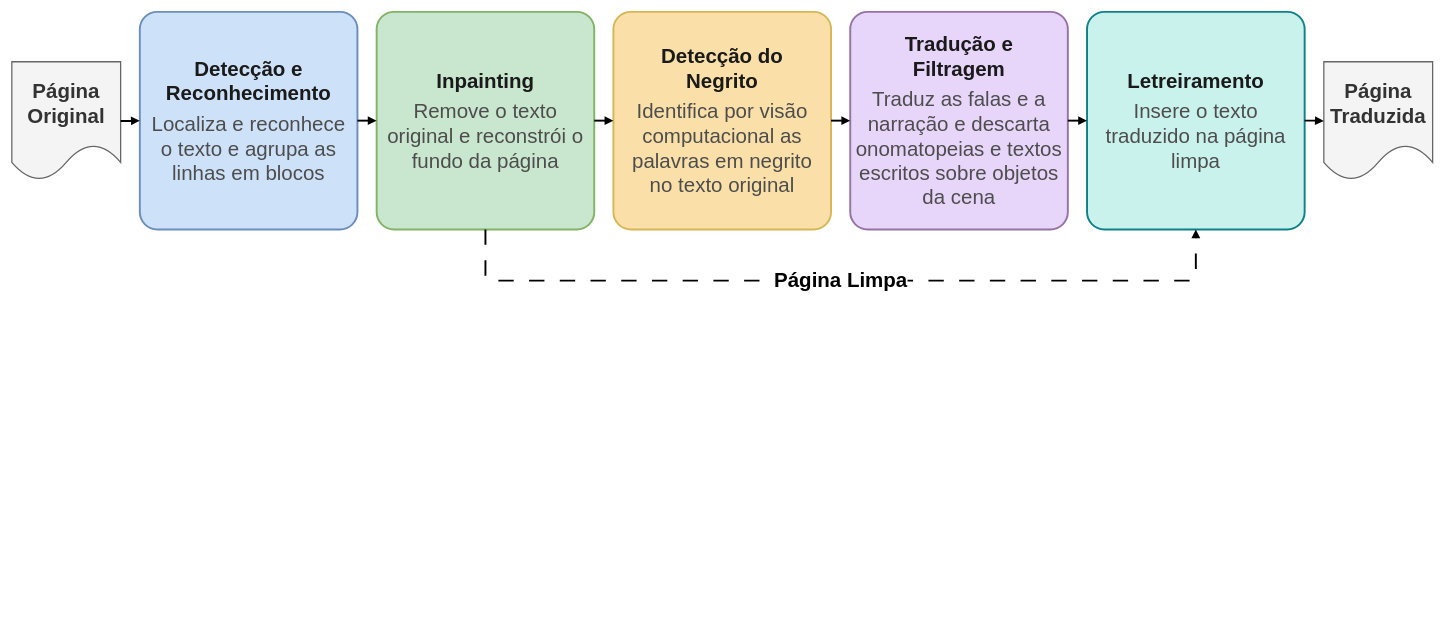
Before: figuras-tcc/pipeline.drawio in guiopen/auto-scanlator, a draw.io diagram. Source tidied: cells renumbered, new cells numbered last; positions are measured from the earlier drawing's top-left corner, leaving out a move shared by most shapes. Both pictures are drawn from the tidied source at 64%, with x=0, y=0 at pixel (12, 12).
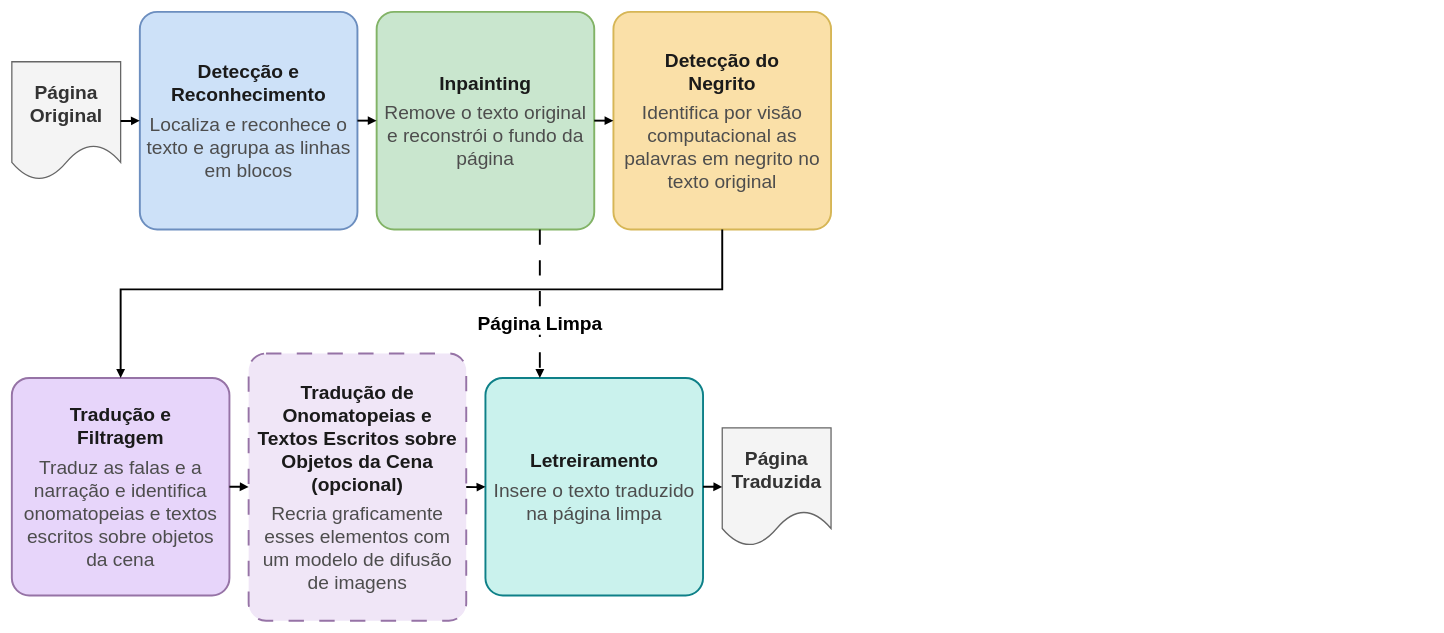
The same page after the edit.

Change to the diagram source:
```diff
@@
 <mxGraphModel>
   <root>
     <mxCell id="0" />
     <mxCell id="1" parent="0" />
-    <mxCell id="2" value="Página&lt;br&gt;Original" style="shape=document;boundedLbl=1;whiteSpace=wrap;html=1;fillColor=#f4f4f4;strokeColor=#666666;strokeWidth=2;fontSize=32;fontStyle=1;fontColor=#333333;" parent="1" vertex="1">
+    <mxCell id="2" value="Página&lt;br&gt;Original" style="shape=document;boundedLbl=1;whiteSpace=wrap;html=1;fillColor=#f4f4f4;strokeColor=#666666;strokeWidth=2;fontSize=30;fontStyle=1;fontColor=#333333;" parent="1" vertex="1">
       <mxGeometry y="78" width="170" height="185" as="geometry" />
     </mxCell>
-    <mxCell id="3" value="&lt;div&gt;&lt;b&gt;&lt;span style=&quot;font-size:32px;&quot;&gt;Detecção e&lt;br&gt;Reconhecimento&lt;/span&gt;&lt;/b&gt;&lt;/div&gt;&lt;div style=&quot;font-size:32px; color:#4d4d4d; margin-top:10px;&quot;&gt;Localiza e reconhece o texto e agrupa as linhas em blocos&lt;/div&gt;" style="rounded=1;arcSize=8;whiteSpace=wrap;html=1;fillColor=#cde1f8;strokeColor=#6C8EBF;strokeWidth=3;fontColor=#1a1a1a;spacing=10;" parent="1" vertex="1">
+    <mxCell id="3" value="&lt;div&gt;&lt;b&gt;&lt;span style=&quot;font-size:30px;&quot;&gt;Detecção e&lt;br&gt;Reconhecimento&lt;/span&gt;&lt;/b&gt;&lt;/div&gt;&lt;div style=&quot;font-size:30px; color:#4d4d4d; margin-top:10px;&quot;&gt;Localiza e reconhece o texto e agrupa as linhas em blocos&lt;/div&gt;" style="rounded=1;arcSize=8;whiteSpace=wrap;html=1;fillColor=#cde1f8;strokeColor=#6C8EBF;strokeWidth=3;fontColor=#1a1a1a;spacing=10;" parent="1" vertex="1">
       <mxGeometry x="200" width="340" height="340" as="geometry" />
     </mxCell>
-    <mxCell id="4" value="&lt;div&gt;&lt;b&gt;&lt;span style=&quot;font-size:32px;&quot;&gt;Inpainting&lt;/span&gt;&lt;/b&gt;&lt;/div&gt;&lt;div style=&quot;font-size:32px; color:#4d4d4d; margin-top:10px;&quot;&gt;Remove o texto original e reconstrói o fundo da página&lt;/div&gt;" style="rounded=1;arcSize=8;whiteSpace=wrap;html=1;fillColor=#c9e6ce;strokeColor=#82B366;strokeWidth=3;fontColor=#1a1a1a;spacing=10;" parent="1" vertex="1">
+    <mxCell id="4" value="&lt;div&gt;&lt;b&gt;&lt;span style=&quot;font-size:30px;&quot;&gt;Inpainting&lt;/span&gt;&lt;/b&gt;&lt;/div&gt;&lt;div style=&quot;font-size:30px; color:#4d4d4d; margin-top:10px;&quot;&gt;Remove o texto original e reconstrói o fundo da página&lt;/div&gt;" style="rounded=1;arcSize=8;whiteSpace=wrap;html=1;fillColor=#c9e6ce;strokeColor=#82B366;strokeWidth=3;fontColor=#1a1a1a;spacing=10;" parent="1" vertex="1">
       <mxGeometry x="570" width="340" height="340" as="geometry" />
     </mxCell>
-    <mxCell id="5" value="&lt;div&gt;&lt;b&gt;&lt;span style=&quot;font-size:32px;&quot;&gt;Detecção do&lt;br&gt;Negrito&lt;/span&gt;&lt;/b&gt;&lt;/div&gt;&lt;div style=&quot;font-size:32px; color:#4d4d4d; margin-top:10px;&quot;&gt;Identifica por visão computacional as palavras em negrito no texto original&lt;/div&gt;" style="rounded=1;arcSize=8;whiteSpace=wrap;html=1;fillColor=#fae0a8;strokeColor=#D6B656;strokeWidth=3;fontColor=#1a1a1a;spacing=10;" parent="1" vertex="1">
+    <mxCell id="5" value="&lt;div&gt;&lt;b&gt;&lt;span style=&quot;font-size:30px;&quot;&gt;Detecção do&lt;br&gt;Negrito&lt;/span&gt;&lt;/b&gt;&lt;/div&gt;&lt;div style=&quot;font-size:30px; color:#4d4d4d; margin-top:10px;&quot;&gt;Identifica por visão computacional as palavras em negrito no texto original&lt;/div&gt;" style="rounded=1;arcSize=8;whiteSpace=wrap;html=1;fillColor=#fae0a8;strokeColor=#D6B656;strokeWidth=3;fontColor=#1a1a1a;spacing=10;" parent="1" vertex="1">
       <mxGeometry x="940" width="340" height="340" as="geometry" />
     </mxCell>
-    <mxCell id="6" value="&lt;div&gt;&lt;b&gt;&lt;span style=&quot;font-size:32px;&quot;&gt;Tradução e&lt;br&gt;Filtragem&lt;/span&gt;&lt;/b&gt;&lt;/div&gt;&lt;div style=&quot;font-size:32px; color:#4d4d4d; margin-top:10px;&quot;&gt;Traduz as falas e a narração e descarta onomatopeias e textos escritos sobre objetos da cena&lt;/div&gt;" style="rounded=1;arcSize=8;whiteSpace=wrap;html=1;fillColor=#e7d5fa;strokeColor=#9673A6;strokeWidth=3;fontColor=#1a1a1a;spacing=10;" parent="1" vertex="1">
-      <mxGeometry x="1310" width="340" height="340" as="geometry" />
+    <mxCell id="6" value="&lt;div&gt;&lt;b&gt;&lt;span style=&quot;font-size:30px;&quot;&gt;Tradução e&lt;br&gt;Filtragem&lt;/span&gt;&lt;/b&gt;&lt;/div&gt;&lt;div style=&quot;font-size:30px; color:#4d4d4d; margin-top:10px;&quot;&gt;Traduz as falas e a narração e identifica onomatopeias e textos escritos sobre objetos da cena&lt;/div&gt;" style="rounded=1;arcSize=8;whiteSpace=wrap;html=1;fillColor=#e7d5fa;strokeColor=#9673A6;strokeWidth=3;fontColor=#1a1a1a;spacing=10;" parent="1" vertex="1">
+      <mxGeometry y="572" width="340" height="340" as="geometry" />
     </mxCell>
+    <mxCell id="16" value="&lt;div&gt;&lt;b&gt;&lt;font style=&quot;font-size: 30px;&quot;&gt;Tradução de Onomatopeias e Textos Escritos sobre Objetos da Cena (opcional)&lt;/font&gt;&lt;/b&gt;&lt;/div&gt;&lt;div style=&quot;font-size: 30px; color: rgb(77, 77, 77); margin-top: 10px;&quot;&gt;&lt;font style=&quot;font-size: 30px;&quot;&gt;Recria graficamente esses elementos com um modelo de difusão de imagens&lt;/font&gt;&lt;/div&gt;" style="rounded=1;arcSize=8;whiteSpace=wrap;html=1;fillColor=#f0e6f7;strokeColor=#9673A6;strokeWidth=3;fontColor=#1a1a1a;spacing=10;dashed=1;dashPattern=8 8;" parent="1" vertex="1">
+      <mxGeometry x="370" y="533.8" width="340" height="417.5" as="geometry" />
+    </mxCell>
-    <mxCell id="7" value="&lt;div&gt;&lt;b&gt;&lt;span style=&quot;font-size:32px;&quot;&gt;Letreiramento&lt;/span&gt;&lt;/b&gt;&lt;/div&gt;&lt;div style=&quot;font-size:32px; color:#4d4d4d; margin-top:10px;&quot;&gt;Insere o texto traduzido na página limpa&lt;/div&gt;" style="rounded=1;arcSize=8;whiteSpace=wrap;html=1;fillColor=#caf2ed;strokeColor=#0E8088;strokeWidth=3;fontColor=#1a1a1a;spacing=10;" parent="1" vertex="1">
-      <mxGeometry x="1680" width="340" height="340" as="geometry" />
+    <mxCell id="7" value="&lt;div&gt;&lt;b&gt;&lt;span style=&quot;font-size:30px;&quot;&gt;Letreiramento&lt;/span&gt;&lt;/b&gt;&lt;/div&gt;&lt;div style=&quot;font-size:30px; color:#4d4d4d; margin-top:10px;&quot;&gt;Insere o texto traduzido na página limpa&lt;/div&gt;" style="rounded=1;arcSize=8;whiteSpace=wrap;html=1;fillColor=#caf2ed;strokeColor=#0E8088;strokeWidth=3;fontColor=#1a1a1a;spacing=10;" parent="1" vertex="1">
+      <mxGeometry x="740" y="572" width="340" height="340" as="geometry" />
     </mxCell>
-    <mxCell id="8" value="Página&lt;br&gt;Traduzida" style="shape=document;boundedLbl=1;whiteSpace=wrap;html=1;fillColor=#f4f4f4;strokeColor=#666666;strokeWidth=2;fontSize=32;fontStyle=1;fontColor=#333333;" parent="1" vertex="1">
-      <mxGeometry x="2050" y="78" width="170" height="185" as="geometry" />
+    <mxCell id="8" value="Página&lt;br&gt;Traduzida" style="shape=document;boundedLbl=1;whiteSpace=wrap;html=1;fillColor=#f4f4f4;strokeColor=#666666;strokeWidth=2;fontSize=30;fontStyle=1;fontColor=#333333;" parent="1" vertex="1">
+      <mxGeometry x="1110" y="650" width="170" height="185" as="geometry" />
     </mxCell>
-    <mxCell id="9" style="edgeStyle=orthogonalEdgeStyle;rounded=0;html=1;endArrow=block;endFill=1;strokeWidth=3;strokeColor=#000000;" parent="1" edge="1" source="2" target="3">
+    <mxCell id="9" style="edgeStyle=orthogonalEdgeStyle;rounded=0;html=1;endArrow=block;endFill=1;strokeWidth=3;strokeColor=#000000;labelBackgroundColor=default;defaultLabelBackgroundColor=page;" parent="1" edge="1" source="2" target="3">
       <mxGeometry relative="1" as="geometry" />
     </mxCell>
-    <mxCell id="10" style="edgeStyle=orthogonalEdgeStyle;rounded=0;html=1;endArrow=block;endFill=1;strokeWidth=3;strokeColor=#000000;" parent="1" edge="1" source="3" target="4">
+    <mxCell id="10" style="edgeStyle=orthogonalEdgeStyle;rounded=0;html=1;endArrow=block;endFill=1;strokeWidth=3;strokeColor=#000000;labelBackgroundColor=default;defaultLabelBackgroundColor=page;" parent="1" edge="1" source="3" target="4">
       <mxGeometry relative="1" as="geometry" />
     </mxCell>
-    <mxCell id="11" style="edgeStyle=orthogonalEdgeStyle;rounded=0;html=1;endArrow=block;endFill=1;strokeWidth=3;strokeColor=#000000;" parent="1" edge="1" source="4" target="5">
+    <mxCell id="11" style="edgeStyle=orthogonalEdgeStyle;rounded=0;html=1;endArrow=block;endFill=1;strokeWidth=3;strokeColor=#000000;labelBackgroundColor=default;defaultLabelBackgroundColor=page;" parent="1" edge="1" source="4" target="5">
       <mxGeometry relative="1" as="geometry" />
     </mxCell>
+    <mxCell id="17" style="edgeStyle=orthogonalEdgeStyle;rounded=0;html=1;endArrow=block;endFill=1;strokeWidth=3;strokeColor=#000000;exitX=0.5;exitY=1;exitDx=0;exitDy=0;entryX=0.5;entryY=0;entryDx=0;entryDy=0;labelBackgroundColor=default;defaultLabelBackgroundColor=page;" parent="1" edge="1" source="5" target="6">
+      <mxGeometry relative="1" as="geometry">
+        <Array as="points">
+          <mxPoint x="1110" y="433.6" />
+          <mxPoint x="170" y="433.6" />
+        </Array>
+      </mxGeometry>
+    </mxCell>
-    <mxCell id="12" style="edgeStyle=orthogonalEdgeStyle;rounded=0;html=1;endArrow=block;endFill=1;strokeWidth=3;strokeColor=#000000;" parent="1" edge="1" source="5" target="6">
+    <mxCell id="12" style="edgeStyle=orthogonalEdgeStyle;rounded=0;html=1;dashed=1;dashPattern=8 8;endArrow=block;endFill=1;strokeWidth=3;strokeColor=#000000;exitX=1;exitY=0.5;exitDx=0;exitDy=0;entryX=0;entryY=0.5;entryDx=0;entryDy=0;labelBackgroundColor=default;defaultLabelBackgroundColor=page;" parent="1" edge="1" source="6" target="16">
       <mxGeometry relative="1" as="geometry" />
     </mxCell>
-    <mxCell id="13" style="edgeStyle=orthogonalEdgeStyle;rounded=0;html=1;endArrow=block;endFill=1;strokeWidth=3;strokeColor=#000000;" parent="1" edge="1" source="6" target="7">
+    <mxCell id="13" style="edgeStyle=orthogonalEdgeStyle;rounded=0;html=1;dashed=1;dashPattern=8 8;endArrow=block;endFill=1;strokeWidth=3;strokeColor=#000000;exitX=1;exitY=0.5;exitDx=0;exitDy=0;entryX=0;entryY=0.5;entryDx=0;entryDy=0;labelBackgroundColor=default;defaultLabelBackgroundColor=page;" parent="1" edge="1" source="16" target="7">
       <mxGeometry relative="1" as="geometry" />
     </mxCell>
-    <mxCell id="14" style="edgeStyle=orthogonalEdgeStyle;rounded=0;html=1;endArrow=block;endFill=1;strokeWidth=3;strokeColor=#000000;" parent="1" edge="1" source="7" target="8">
+    <mxCell id="14" style="edgeStyle=orthogonalEdgeStyle;rounded=0;html=1;endArrow=block;endFill=1;strokeWidth=3;strokeColor=#000000;labelBackgroundColor=default;defaultLabelBackgroundColor=page;" parent="1" edge="1" source="7" target="8">
       <mxGeometry relative="1" as="geometry" />
     </mxCell>
-    <mxCell id="15" value="Página Limpa" style="edgeStyle=orthogonalEdgeStyle;rounded=1;html=1;dashed=1;dashPattern=8 8;endArrow=block;endFill=1;strokeWidth=3;strokeColor=#000000;fontSize=32;fontStyle=1;labelBackgroundColor=#FFFFFF;exitX=0.5;exitY=1;exitDx=0;exitDy=0;entryX=0.5;entryY=1;entryDx=0;entryDy=0;" parent="1" edge="1" source="4" target="7">
-      <mxGeometry relative="1" as="geometry">
-        <Array as="points">
-          <mxPoint x="740" y="420" />
-          <mxPoint x="1850" y="420" />
-        </Array>
-      </mxGeometry>
+    <mxCell id="15" value="Página Limpa" style="edgeStyle=orthogonalEdgeStyle;rounded=1;html=1;dashed=1;dashPattern=8 8;endArrow=block;endFill=1;strokeWidth=3;strokeColor=#000000;fontSize=30;fontStyle=1;labelBackgroundColor=#FFFFFF;exitX=0.75;exitY=1;exitDx=0;exitDy=0;entryX=0.25;entryY=0;entryDx=0;entryDy=0;labelPlacement=auto;" parent="1" edge="1" source="4" target="7">
+      <mxGeometry x="0.26" relative="1" as="geometry" />
     </mxCell>
   </root>
 </mxGraphModel>
```
